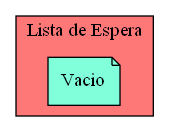
Earlier version of the Graphviz export Circular_Doble_espera.png (Serch-ING/EDD_UDRAWING_202000119). Its source is kept beside it as Circular_Doble_espera.dot.
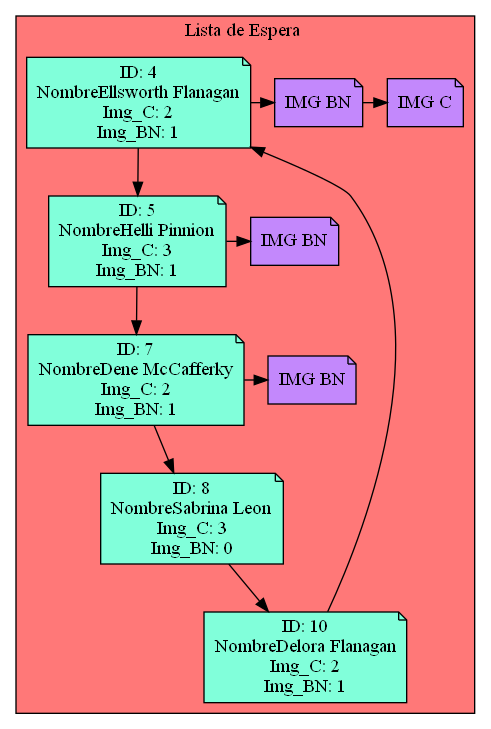
After the commit.

Diff of the diagram source:
```diff
@@ -1,8 +1,46 @@
 digraph L {
 node[shape=note fillcolor="#A181FF" style =filled]
 subgraph cluster_p{
-    label= "Lista de Espera"
+    label= "Lista de Espera "
     bgcolor = "#FF7878"
-Nodo1008925772[label="Vacio",fillcolor="#81FFDA"]
+Nodo1928931046[label="ID: 4
+NombreEllsworth Flanagan
+Img_C: 2
+Img_BN: 1",fillcolor="#81FFDA"]
+Nodo745962066[label="ID: 5
+NombreHelli Pinnion
+Img_C: 3
+Img_BN: 1",fillcolor="#81FFDA"]
+Nodo514455215[label="ID: 7
+NombreDene McCafferky
+Img_C: 2
+Img_BN: 1",fillcolor="#81FFDA"]
+Nodo116237769[label="ID: 8
+NombreSabrina Leon
+Img_C: 3
+Img_BN: 0",fillcolor="#81FFDA"]
+Nodo2036127838[label="ID: 10
+NombreDelora Flanagan
+Img_C: 2
+Img_BN: 1",fillcolor="#81FFDA"]
 
-}}
+Nodo1928931046 -> Nodo745962066
+Nodo1928931046->Nodo192893104600001
+Nodo192893104600001[label="IMG BN",fillcolor="#C388FC"]
+Nodo192893104600001->Nodo192893104611111
+Nodo192893104611111[label="IMG C",fillcolor="#C388FC"]
+{rank=same;Nodo1928931046,Nodo192893104600001,Nodo192893104611111}
+Nodo745962066 -> Nodo514455215
+Nodo745962066->Nodo74596206600001
+Nodo74596206600001[label="IMG BN",fillcolor="#C388FC"]
+{rank=same;Nodo745962066,Nodo74596206600001}
+Nodo514455215 -> Nodo116237769
+Nodo514455215->Nodo51445521500001
+Nodo51445521500001[label="IMG BN",fillcolor="#C388FC"]
+{rank=same;Nodo514455215,Nodo51445521500001}
+Nodo116237769 -> Nodo2036127838
+
+{rank=same;Nodo116237769}
+Nodo2036127838 -> Nodo1928931046
+
+{rank=same;Nodo2036127838}}}
```
